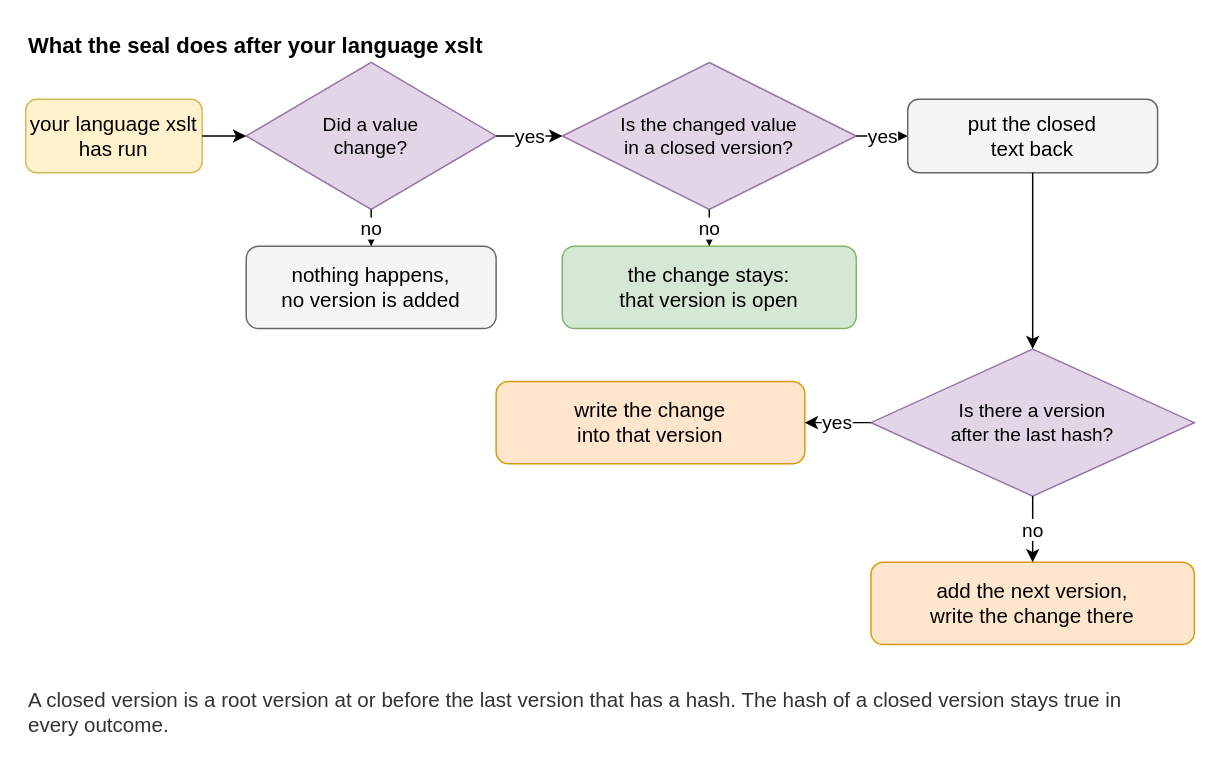
Above: drawio/46_seal_decision.drawio in goloveshin/galimatron_doc (draw.io), before the change. Source tidied: cells renumbered, new cells numbered last; positions are measured from the earlier drawing's top-left corner, leaving out a move shared by most shapes. Both pictures are drawn from the tidied source at 147%, with x=0, y=0 at pixel (25, 25).
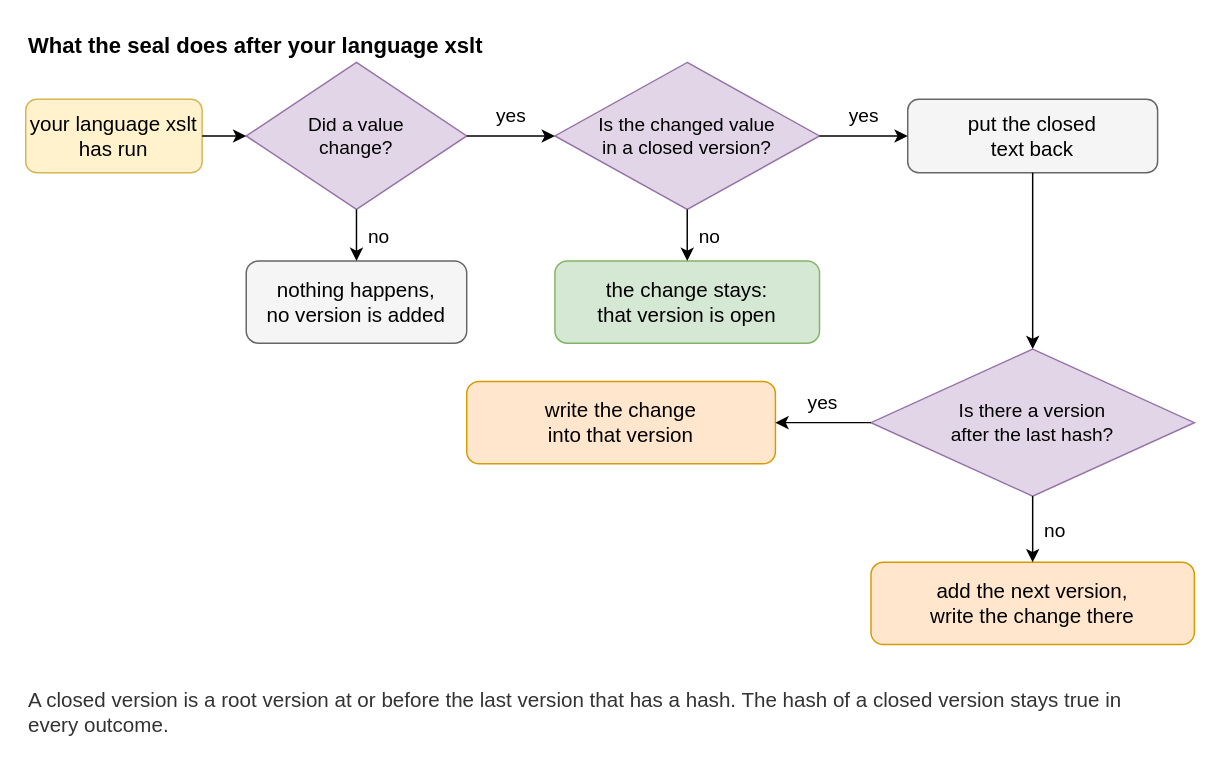
The same diagram, later.

Unchanged cells that the change refers to:
```xml
<mxCell id="6" value="put the closed&lt;br&gt;text back" style="rounded=1;whiteSpace=wrap;html=1;fontSize=14;fillColor=#f5f5f5;strokeColor=#666666;" parent="1" vertex="1">
  <mxGeometry x="600" y="50" width="170" height="50" as="geometry" />
</mxCell>
<mxCell id="9" value="Is there a version&lt;br&gt;after the last hash?" style="rhombus;whiteSpace=wrap;html=1;fontSize=13;fillColor=#e1d5e7;strokeColor=#9673a6;" parent="1" vertex="1">
  <mxGeometry x="575" y="220" width="220" height="100" as="geometry" />
</mxCell>
<mxCell id="11" value="add the next version,&lt;br&gt;write the change there" style="rounded=1;whiteSpace=wrap;html=1;fontSize=14;fillColor=#ffe6cc;strokeColor=#d79b00;" parent="1" vertex="1">
  <mxGeometry x="575" y="365" width="220" height="56" as="geometry" />
</mxCell>
```

Change to the diagram source:
```diff
@@
     <mxCell id="4" value="Did a value&lt;br&gt;change?" style="rhombus;whiteSpace=wrap;html=1;fontSize=13;fillColor=#e1d5e7;strokeColor=#9673a6;" parent="1" vertex="1">
-      <mxGeometry x="150" y="25" width="170" height="100" as="geometry" />
+      <mxGeometry x="150" y="25" width="150" height="100" as="geometry" />
     </mxCell>
     <mxCell id="5" value="Is the changed value&lt;br&gt;in a closed version?" style="rhombus;whiteSpace=wrap;html=1;fontSize=13;fillColor=#e1d5e7;strokeColor=#9673a6;" parent="1" vertex="1">
-      <mxGeometry x="365" y="25" width="200" height="100" as="geometry" />
+      <mxGeometry x="360" y="25" width="180" height="100" as="geometry" />
     </mxCell>
@@
     <mxCell id="7" value="nothing happens,&lt;br&gt;no version is added" style="rounded=1;whiteSpace=wrap;html=1;fontSize=14;fillColor=#f5f5f5;strokeColor=#666666;" parent="1" vertex="1">
-      <mxGeometry x="150" y="150" width="170" height="56" as="geometry" />
+      <mxGeometry x="150" y="160" width="150" height="56" as="geometry" />
     </mxCell>
     <mxCell id="8" value="the change stays:&lt;br&gt;that version is open" style="rounded=1;whiteSpace=wrap;html=1;fontSize=14;fillColor=#d5e8d4;strokeColor=#82b366;" parent="1" vertex="1">
-      <mxGeometry x="365" y="150" width="200" height="56" as="geometry" />
+      <mxGeometry x="360" y="160" width="180" height="56" as="geometry" />
     </mxCell>
@@
     <mxCell id="10" value="write the change&lt;br&gt;into that version" style="rounded=1;whiteSpace=wrap;html=1;fontSize=14;fillColor=#ffe6cc;strokeColor=#d79b00;" parent="1" vertex="1">
-      <mxGeometry x="320" y="242" width="210" height="56" as="geometry" />
+      <mxGeometry x="300" y="242" width="210" height="56" as="geometry" />
     </mxCell>
@@
-    <mxCell id="13" value="yes" style="endArrow=classic;html=1;labelBackgroundColor=#ffffff;edgeStyle=orthogonalEdgeStyle;rounded=0;fontSize=13;" parent="1" edge="1" source="4" target="5">
-      <mxGeometry relative="1" as="geometry" />
+    <mxCell id="13" value="yes" style="endArrow=classic;html=1;edgeStyle=orthogonalEdgeStyle;rounded=0;fontSize=13;" parent="1" edge="1" source="4" target="5">
+      <mxGeometry relative="1" as="geometry">
+        <mxPoint y="-14" as="offset" />
+      </mxGeometry>
     </mxCell>
-    <mxCell id="14" value="yes" style="endArrow=classic;html=1;labelBackgroundColor=#ffffff;edgeStyle=orthogonalEdgeStyle;rounded=0;fontSize=13;" parent="1" edge="1" source="5" target="6">
-      <mxGeometry relative="1" as="geometry" />
+    <mxCell id="14" value="yes" style="endArrow=classic;html=1;edgeStyle=orthogonalEdgeStyle;rounded=0;fontSize=13;" parent="1" edge="1" source="5" target="6">
+      <mxGeometry relative="1" as="geometry">
+        <mxPoint y="-14" as="offset" />
+      </mxGeometry>
     </mxCell>
-    <mxCell id="15" value="no" style="endArrow=classic;html=1;labelBackgroundColor=#ffffff;edgeStyle=orthogonalEdgeStyle;rounded=0;fontSize=13;" parent="1" edge="1" source="4" target="7">
-      <mxGeometry relative="1" as="geometry" />
+    <mxCell id="15" value="no" style="endArrow=classic;html=1;edgeStyle=orthogonalEdgeStyle;rounded=0;fontSize=13;" parent="1" edge="1" source="4" target="7">
+      <mxGeometry relative="1" as="geometry">
+        <mxPoint x="15" as="offset" />
+      </mxGeometry>
     </mxCell>
-    <mxCell id="16" value="no" style="endArrow=classic;html=1;labelBackgroundColor=#ffffff;edgeStyle=orthogonalEdgeStyle;rounded=0;fontSize=13;" parent="1" edge="1" source="5" target="8">
-      <mxGeometry relative="1" as="geometry" />
+    <mxCell id="16" value="no" style="endArrow=classic;html=1;edgeStyle=orthogonalEdgeStyle;rounded=0;fontSize=13;" parent="1" edge="1" source="5" target="8">
+      <mxGeometry relative="1" as="geometry">
+        <mxPoint x="15" as="offset" />
+      </mxGeometry>
     </mxCell>
@@
-    <mxCell id="18" value="yes" style="endArrow=classic;html=1;labelBackgroundColor=#ffffff;edgeStyle=orthogonalEdgeStyle;rounded=0;fontSize=13;" parent="1" edge="1" source="9" target="10">
-      <mxGeometry relative="1" as="geometry" />
+    <mxCell id="18" value="yes" style="endArrow=classic;html=1;edgeStyle=orthogonalEdgeStyle;rounded=0;fontSize=13;" parent="1" edge="1" source="9" target="10">
+      <mxGeometry relative="1" as="geometry">
+        <mxPoint y="-14" as="offset" />
+      </mxGeometry>
     </mxCell>
-    <mxCell id="19" value="no" style="endArrow=classic;html=1;labelBackgroundColor=#ffffff;edgeStyle=orthogonalEdgeStyle;rounded=0;fontSize=13;" parent="1" edge="1" source="9" target="11">
-      <mxGeometry relative="1" as="geometry" />
+    <mxCell id="19" value="no" style="endArrow=classic;html=1;edgeStyle=orthogonalEdgeStyle;rounded=0;fontSize=13;" parent="1" edge="1" source="9" target="11">
+      <mxGeometry relative="1" as="geometry">
+        <mxPoint x="15" as="offset" />
+      </mxGeometry>
     </mxCell>
```
